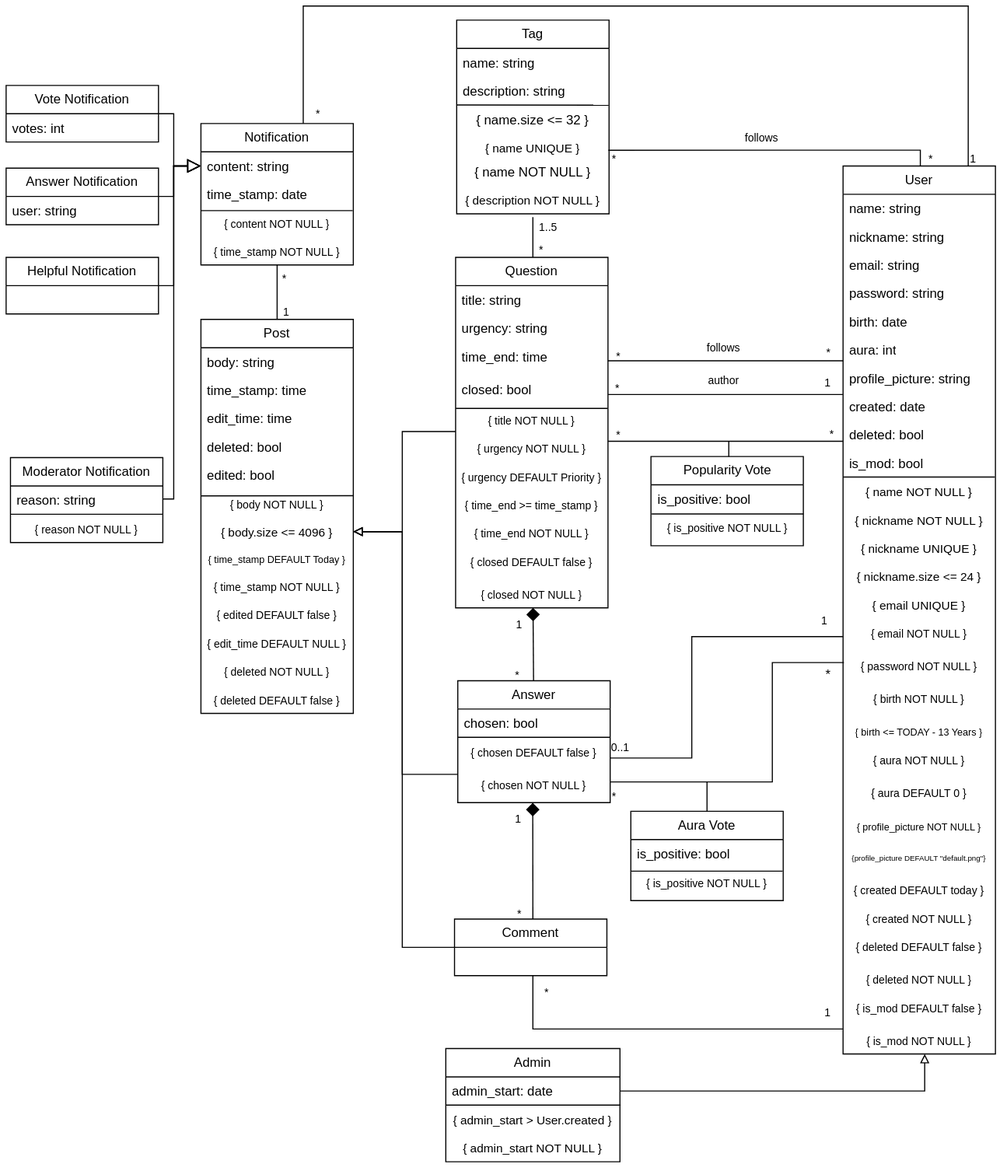
Above: wiki/docs/EBD/Conceptual Data Model/conceptual_data_model.svg in rodeso/lbaw.4nswers (draw.io), before the change. Source tidied: cells renumbered, new cells last; positions are measured from the earlier drawing's top-left corner, leaving out a move shared by most shapes.
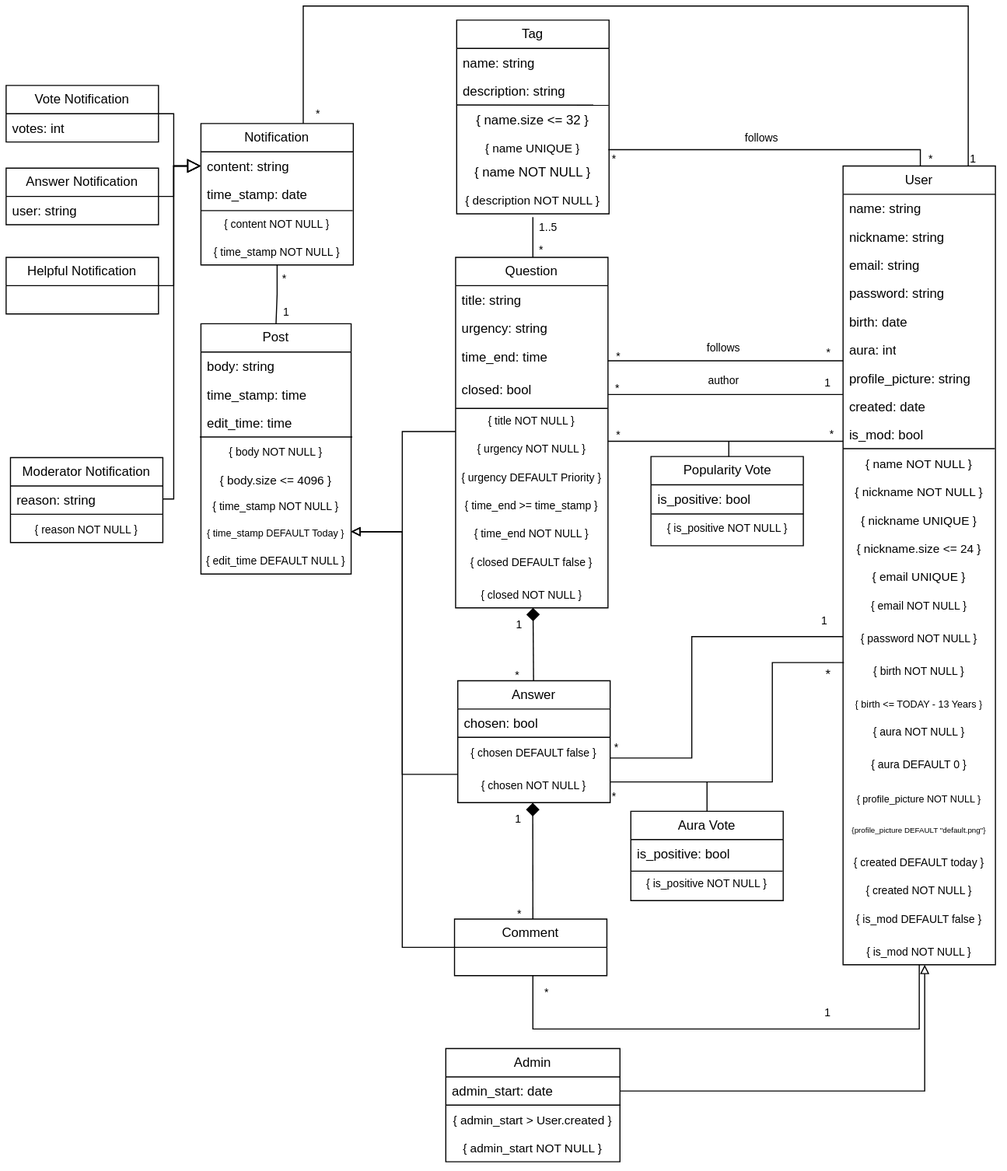
Later version of the same file.

The edit, as a diff of the source:
```diff
@@ -55,7 +55,7 @@
       </mxGeometry>
     </mxCell>
     <mxCell id="8" value="User" style="swimlane;fontStyle=0;horizontal=1;startSize=26;fillColor=none;whiteSpace=wrap;html=1;" parent="1" vertex="1">
-      <mxGeometry x="769" y="147" width="140" height="816" as="geometry" />
+      <mxGeometry x="769" y="147" width="140" height="734" as="geometry" />
     </mxCell>
     <mxCell id="9" value="name: string" style="text;strokeColor=none;fillColor=none;align=left;verticalAlign=top;spacingLeft=4;spacingRight=4;overflow=hidden;whiteSpace=wrap;html=1;" parent="8" vertex="1">
       <mxGeometry y="26" width="140" height="26" as="geometry" />
@@ -81,71 +81,62 @@
     <mxCell id="16" value="created: date" style="text;strokeColor=none;fillColor=none;align=left;verticalAlign=top;spacingLeft=4;spacingRight=4;overflow=hidden;whiteSpace=wrap;html=1;" parent="8" vertex="1">
       <mxGeometry y="208" width="140" height="26" as="geometry" />
     </mxCell>
-    <mxCell id="17" value="deleted: bool" style="text;strokeColor=none;fillColor=none;align=left;verticalAlign=top;spacingLeft=4;spacingRight=4;overflow=hidden;whiteSpace=wrap;html=1;strokeWidth=0;" parent="8" vertex="1">
-      <mxGeometry y="234" width="140" height="26" as="geometry" />
-    </mxCell>
     <mxCell id="18" value="is_mod: bool" style="text;strokeColor=none;fillColor=none;align=left;verticalAlign=top;spacingLeft=4;spacingRight=4;overflow=hidden;points=[[0,0.5],[1,0.5]];portConstraint=eastwest;whiteSpace=wrap;html=1;" parent="8" vertex="1">
-      <mxGeometry y="260" width="140" height="26" as="geometry" />
+      <mxGeometry y="234" width="140" height="26" as="geometry" />
     </mxCell>
     <mxCell id="19" value="&lt;font style=&quot;font-size: 11px;&quot;&gt;{ name NOT NULL }&lt;/font&gt;" style="text;strokeColor=none;fillColor=none;align=center;verticalAlign=top;spacingLeft=4;spacingRight=4;overflow=hidden;whiteSpace=wrap;html=1;" parent="8" vertex="1">
-      <mxGeometry y="286" width="140" height="26" as="geometry" />
+      <mxGeometry y="260" width="140" height="26" as="geometry" />
     </mxCell>
     <mxCell id="20" value="&lt;font style=&quot;font-size: 11px;&quot;&gt;{ nickname NOT NULL }&lt;/font&gt;" style="text;strokeColor=none;fillColor=none;align=center;verticalAlign=top;spacingLeft=4;spacingRight=4;overflow=hidden;whiteSpace=wrap;html=1;" parent="8" vertex="1">
-      <mxGeometry y="312" width="140" height="26" as="geometry" />
+      <mxGeometry y="286" width="140" height="26" as="geometry" />
     </mxCell>
     <mxCell id="21" value="&lt;span style=&quot;font-size: 11px;&quot;&gt;{ nickname UNIQUE }&lt;/span&gt;" style="text;strokeColor=none;fillColor=none;align=center;verticalAlign=top;spacingLeft=4;spacingRight=4;overflow=hidden;whiteSpace=wrap;html=1;" parent="8" vertex="1">
-      <mxGeometry y="338" width="140" height="26" as="geometry" />
+      <mxGeometry y="312" width="140" height="26" as="geometry" />
     </mxCell>
     <mxCell id="22" value="&lt;span style=&quot;font-size: 11px;&quot;&gt;{ nickname.size &amp;lt;= 24 }&lt;/span&gt;" style="text;strokeColor=none;fillColor=none;align=center;verticalAlign=top;spacingLeft=4;spacingRight=4;overflow=hidden;whiteSpace=wrap;html=1;" parent="8" vertex="1">
-      <mxGeometry y="364" width="140" height="26" as="geometry" />
+      <mxGeometry y="338" width="140" height="26" as="geometry" />
     </mxCell>
     <mxCell id="23" value="&lt;span style=&quot;font-size: 11px;&quot;&gt;{ email UNIQUE }&lt;/span&gt;" style="text;strokeColor=none;fillColor=none;align=center;verticalAlign=top;spacingLeft=4;spacingRight=4;overflow=hidden;whiteSpace=wrap;html=1;" parent="8" vertex="1">
-      <mxGeometry y="390" width="140" height="26" as="geometry" />
+      <mxGeometry y="364" width="140" height="26" as="geometry" />
     </mxCell>
     <mxCell id="24" value="&lt;div align=&quot;center&quot;&gt;&lt;font style=&quot;font-size: 10px;&quot;&gt;{ email NOT NULL }&lt;/font&gt;&lt;/div&gt;" style="text;whiteSpace=wrap;html=1;align=center;" parent="8" vertex="1">
-      <mxGeometry y="416" width="140" height="30" as="geometry" />
+      <mxGeometry y="390" width="140" height="30" as="geometry" />
     </mxCell>
     <mxCell id="25" value="&lt;div align=&quot;center&quot;&gt;&lt;font style=&quot;font-size: 10px;&quot;&gt;{ password NOT NULL }&lt;/font&gt;&lt;/div&gt;" style="text;whiteSpace=wrap;html=1;align=center;" parent="8" vertex="1">
-      <mxGeometry y="446" width="140" height="30" as="geometry" />
+      <mxGeometry y="420" width="140" height="30" as="geometry" />
     </mxCell>
     <mxCell id="26" value="&lt;div align=&quot;center&quot;&gt;&lt;font style=&quot;font-size: 10px;&quot;&gt;{ birth NOT NULL }&lt;/font&gt;&lt;/div&gt;" style="text;whiteSpace=wrap;html=1;align=center;" parent="8" vertex="1">
-      <mxGeometry y="476" width="140" height="30" as="geometry" />
+      <mxGeometry y="450" width="140" height="30" as="geometry" />
     </mxCell>
     <mxCell id="27" value="&lt;font style=&quot;font-size: 9px;&quot;&gt;&lt;font style=&quot;font-size: 9px;&quot;&gt;&lt;font style=&quot;font-size: 9px;&quot;&gt;{ birth &amp;lt;= TODAY - 13 Years&amp;nbsp;&lt;/font&gt;&lt;/font&gt;}&lt;/font&gt;" style="text;strokeColor=none;fillColor=none;align=center;verticalAlign=top;spacingLeft=4;spacingRight=4;overflow=hidden;whiteSpace=wrap;html=1;" parent="8" vertex="1">
-      <mxGeometry y="506" width="140" height="26" as="geometry" />
+      <mxGeometry y="480" width="140" height="26" as="geometry" />
     </mxCell>
     <mxCell id="28" value="&lt;div align=&quot;center&quot;&gt;&lt;font style=&quot;font-size: 10px;&quot;&gt;{ aura NOT NULL }&lt;/font&gt;&lt;/div&gt;" style="text;whiteSpace=wrap;html=1;align=center;" parent="8" vertex="1">
-      <mxGeometry y="532" width="140" height="30" as="geometry" />
+      <mxGeometry y="506" width="140" height="30" as="geometry" />
     </mxCell>
     <mxCell id="29" value="&lt;div align=&quot;center&quot;&gt;&lt;font style=&quot;font-size: 10px;&quot;&gt;{ aura DEFAULT 0 }&lt;/font&gt;&lt;/div&gt;" style="text;whiteSpace=wrap;html=1;align=center;" parent="8" vertex="1">
-      <mxGeometry y="562" width="140" height="30" as="geometry" />
+      <mxGeometry y="536" width="140" height="30" as="geometry" />
     </mxCell>
     <mxCell id="30" value="&lt;div align=&quot;center&quot;&gt;&lt;font style=&quot;font-size: 9px;&quot;&gt;{ profile_picture NOT NULL }&lt;/font&gt;&lt;/div&gt;" style="text;whiteSpace=wrap;html=1;align=center;verticalAlign=middle;" parent="8" vertex="1">
-      <mxGeometry y="592" width="140" height="30" as="geometry" />
+      <mxGeometry y="566" width="140" height="30" as="geometry" />
     </mxCell>
     <mxCell id="31" value="&lt;div style=&quot;font-size: 7px;&quot; align=&quot;center&quot;&gt;&lt;font style=&quot;font-size: 7px;&quot;&gt;{profile_picture DEFAULT &quot;default.png&quot;}&lt;/font&gt;&lt;/div&gt;" style="text;whiteSpace=wrap;html=1;align=center;verticalAlign=middle;" parent="8" vertex="1">
-      <mxGeometry y="622" width="140" height="30" as="geometry" />
+      <mxGeometry y="596" width="140" height="30" as="geometry" />
     </mxCell>
     <mxCell id="32" value="&lt;font style=&quot;font-size: 10px;&quot;&gt;{ created DEFAULT today }&lt;/font&gt;" style="text;strokeColor=none;fillColor=none;align=center;verticalAlign=top;spacingLeft=4;spacingRight=4;overflow=hidden;whiteSpace=wrap;html=1;" parent="8" vertex="1">
-      <mxGeometry y="652" width="140" height="26" as="geometry" />
+      <mxGeometry y="626" width="140" height="26" as="geometry" />
     </mxCell>
     <mxCell id="33" value="&lt;font style=&quot;font-size: 10px;&quot;&gt;{ created NOT NULL }&lt;/font&gt;" style="text;strokeColor=none;fillColor=none;align=center;verticalAlign=top;spacingLeft=4;spacingRight=4;overflow=hidden;whiteSpace=wrap;html=1;" parent="8" vertex="1">
-      <mxGeometry y="678" width="140" height="26" as="geometry" />
+      <mxGeometry y="652" width="140" height="26" as="geometry" />
     </mxCell>
-    <mxCell id="34" value="&lt;div align=&quot;center&quot;&gt;&lt;font style=&quot;font-size: 10px;&quot;&gt;{ deleted DEFAULT false }&lt;/font&gt;&lt;/div&gt;" style="text;whiteSpace=wrap;html=1;align=center;" parent="8" vertex="1">
-      <mxGeometry y="704" width="140" height="30" as="geometry" />
-    </mxCell>
     <mxCell id="35" style="endArrow=none;html=1;rounded=0;entryX=0.996;entryY=0.992;entryDx=0;entryDy=0;entryPerimeter=0;exitX=0.001;exitY=0.992;exitDx=0;exitDy=0;exitPerimeter=0;" parent="8" edge="1" source="18" target="18">
       <mxGeometry relative="1" as="geometry" />
     </mxCell>
-    <mxCell id="36" value="&lt;font style=&quot;font-size: 10px;&quot;&gt;{ deleted NOT NULL }&lt;/font&gt;" style="text;strokeColor=none;fillColor=none;align=center;verticalAlign=top;spacingLeft=4;spacingRight=4;overflow=hidden;whiteSpace=wrap;html=1;" parent="8" vertex="1">
-      <mxGeometry y="734" width="140" height="26" as="geometry" />
-    </mxCell>
     <mxCell id="37" value="&lt;div align=&quot;center&quot;&gt;&lt;font style=&quot;font-size: 10px;&quot;&gt;{ is_mod DEFAULT false }&lt;/font&gt;&lt;/div&gt;" style="text;whiteSpace=wrap;html=1;align=center;" parent="8" vertex="1">
-      <mxGeometry y="760" width="140" height="30" as="geometry" />
+      <mxGeometry y="678" width="140" height="30" as="geometry" />
     </mxCell>
     <mxCell id="38" value="&lt;font style=&quot;font-size: 10px;&quot;&gt;{ is_mod NOT NULL }&lt;/font&gt;" style="text;strokeColor=none;fillColor=none;align=center;verticalAlign=top;spacingLeft=4;spacingRight=4;overflow=hidden;whiteSpace=wrap;html=1;" parent="8" vertex="1">
-      <mxGeometry y="790" width="140" height="26" as="geometry" />
+      <mxGeometry y="708" width="140" height="26" as="geometry" />
     </mxCell>
     <mxCell id="39" style="edgeStyle=orthogonalEdgeStyle;rounded=0;jettySize=auto;html=1;endArrow=block;endFill=0;" parent="1" edge="1" source="40" target="111">
       <mxGeometry relative="1" as="geometry">
@@ -226,8 +217,8 @@
     <mxCell id="60" value="&lt;font style=&quot;font-size: 10px;&quot;&gt;*&lt;/font&gt;" style="text;html=1;align=right;verticalAlign=middle;strokeColor=none;fillColor=none;" parent="1" vertex="1">
       <mxGeometry x="732" y="378" width="30" height="30" as="geometry" />
     </mxCell>
-    <mxCell id="61" value="&lt;font style=&quot;font-size: 10px;&quot;&gt;0..1&lt;/font&gt;" style="text;html=1;align=right;verticalAlign=middle;strokeColor=none;fillColor=none;" parent="1" vertex="1">
-      <mxGeometry x="534" y="666" width="40" height="30" as="geometry" />
+    <mxCell id="61" value="&lt;font style=&quot;font-size: 10px;&quot;&gt;*&lt;/font&gt;" style="text;html=1;align=right;verticalAlign=middle;strokeColor=none;fillColor=none;" parent="1" vertex="1">
+      <mxGeometry x="534" y="666" width="30" height="30" as="geometry" />
     </mxCell>
     <mxCell id="62" style="edgeStyle=orthogonalEdgeStyle;rounded=0;jettySize=auto;html=1;endArrow=block;endFill=0;" parent="1" edge="1" source="63" target="111">
       <mxGeometry relative="1" as="geometry">
@@ -405,53 +396,38 @@
       <mxGeometry y="26" width="140" height="26" as="geometry" />
     </mxCell>
     <mxCell id="111" value="Post" style="swimlane;fontStyle=0;horizontal=1;startSize=26;fillColor=none;whiteSpace=wrap;html=1;" parent="1" vertex="1">
-      <mxGeometry x="179" y="288" width="140" height="362" as="geometry" />
+      <mxGeometry x="179" y="292" width="138" height="230" as="geometry" />
     </mxCell>
     <mxCell id="112" value="body: string" style="text;strokeColor=none;fillColor=none;align=left;verticalAlign=top;spacingLeft=4;spacingRight=4;overflow=hidden;whiteSpace=wrap;html=1;" parent="111" vertex="1">
-      <mxGeometry y="26" width="140" height="26" as="geometry" />
+      <mxGeometry y="26" width="138" height="26" as="geometry" />
     </mxCell>
     <mxCell id="113" value="time_stamp: time" style="text;strokeColor=none;fillColor=none;align=left;verticalAlign=top;spacingLeft=4;spacingRight=4;overflow=hidden;whiteSpace=wrap;html=1;" parent="111" vertex="1">
-      <mxGeometry y="52" width="140" height="26" as="geometry" />
+      <mxGeometry y="52" width="138" height="26" as="geometry" />
     </mxCell>
     <mxCell id="114" value="edit_time: time" style="text;strokeColor=none;fillColor=none;align=left;verticalAlign=top;spacingLeft=4;spacingRight=4;overflow=hidden;whiteSpace=wrap;html=1;" parent="111" vertex="1">
-      <mxGeometry y="78" width="140" height="26" as="geometry" />
+      <mxGeometry y="78" width="138" height="26" as="geometry" />
     </mxCell>
-    <mxCell id="115" value="deleted: bool" style="text;strokeColor=none;fillColor=none;align=left;verticalAlign=top;spacingLeft=4;spacingRight=4;overflow=hidden;whiteSpace=wrap;html=1;" parent="111" vertex="1">
-      <mxGeometry y="104" width="140" height="26" as="geometry" />
-    </mxCell>
-    <mxCell id="116" style="endArrow=none;html=1;rounded=0;exitX=0.003;exitY=0.005;exitDx=0;exitDy=0;exitPerimeter=0;entryX=1.003;entryY=0;entryDx=0;entryDy=0;entryPerimeter=0;" parent="111" edge="1">
-      <mxGeometry relative="1" as="geometry">
-        <mxPoint x="0.4" y="162.1" as="sourcePoint" />
-        <mxPoint x="140.4" y="162" as="targetPoint" />
-      </mxGeometry>
-    </mxCell>
-    <mxCell id="117" value="edited: bool" style="text;strokeColor=none;fillColor=none;align=left;verticalAlign=top;spacingLeft=4;spacingRight=4;overflow=hidden;whiteSpace=wrap;html=1;" parent="111" vertex="1">
-      <mxGeometry y="130" width="140" height="26" as="geometry" />
-    </mxCell>
+    <mxCell id="153" style="endArrow=none;html=1;rounded=0;exitX=0.002;exitY=1.002;exitDx=0;exitDy=0;exitPerimeter=0;entryX=0.999;entryY=0.002;entryDx=0;entryDy=0;entryPerimeter=0;" parent="111" edge="1">
+      <mxGeometry relative="1" as="geometry">
+        <mxPoint x="-1" y="104" as="sourcePoint" />
+        <mxPoint x="139" y="104" as="targetPoint" />
+      </mxGeometry>
+    </mxCell>
     <mxCell id="118" value="&lt;font style=&quot;font-size: 10px;&quot;&gt;{ body NOT NULL }&lt;/font&gt;" style="text;strokeColor=none;fillColor=none;align=center;verticalAlign=top;spacingLeft=4;spacingRight=4;overflow=hidden;whiteSpace=wrap;html=1;" parent="111" vertex="1">
-      <mxGeometry y="156" width="140" height="26" as="geometry" />
+      <mxGeometry y="104" width="138" height="26" as="geometry" />
     </mxCell>
     <mxCell id="119" value="&lt;span style=&quot;font-size: 11px;&quot;&gt;{ body.size &amp;lt;= 4096 }&lt;/span&gt;" style="text;strokeColor=none;fillColor=none;align=center;verticalAlign=top;spacingLeft=4;spacingRight=4;overflow=hidden;whiteSpace=wrap;html=1;" parent="111" vertex="1">
-      <mxGeometry y="182" width="140" height="24" as="geometry" />
+      <mxGeometry y="130" width="138" height="24" as="geometry" />
     </mxCell>
+    <mxCell id="121" value="&lt;font style=&quot;font-size: 10px;&quot;&gt;{ time_stamp NOT NULL }&lt;/font&gt;" style="text;strokeColor=none;fillColor=none;align=center;verticalAlign=top;spacingLeft=4;spacingRight=4;overflow=hidden;whiteSpace=wrap;html=1;" parent="111" vertex="1">
+      <mxGeometry y="154" width="138" height="24" as="geometry" />
+    </mxCell>
     <mxCell id="120" value="&lt;font style=&quot;font-size: 9px;&quot;&gt;{ time_stamp DEFAULT Today }&lt;/font&gt;" style="text;strokeColor=none;fillColor=none;align=center;verticalAlign=top;spacingLeft=4;spacingRight=4;overflow=hidden;whiteSpace=wrap;html=1;" parent="111" vertex="1">
-      <mxGeometry y="206" width="140" height="26" as="geometry" />
+      <mxGeometry y="178" width="138" height="26" as="geometry" />
     </mxCell>
-    <mxCell id="121" value="&lt;font style=&quot;font-size: 10px;&quot;&gt;{ time_stamp NOT NULL }&lt;/font&gt;" style="text;strokeColor=none;fillColor=none;align=center;verticalAlign=top;spacingLeft=4;spacingRight=4;overflow=hidden;whiteSpace=wrap;html=1;" parent="111" vertex="1">
-      <mxGeometry y="232" width="140" height="26" as="geometry" />
-    </mxCell>
-    <mxCell id="122" value="&lt;font style=&quot;font-size: 10px;&quot;&gt;{ edited DEFAULT false }&lt;/font&gt;" style="text;strokeColor=none;fillColor=none;align=center;verticalAlign=top;spacingLeft=4;spacingRight=4;overflow=hidden;whiteSpace=wrap;html=1;" parent="111" vertex="1">
-      <mxGeometry y="258" width="140" height="26" as="geometry" />
-    </mxCell>
     <mxCell id="123" value="&lt;font style=&quot;font-size: 10px;&quot;&gt;{ edit_time DEFAULT NULL }&lt;/font&gt;" style="text;strokeColor=none;fillColor=none;align=center;verticalAlign=top;spacingLeft=4;spacingRight=4;overflow=hidden;whiteSpace=wrap;html=1;" parent="111" vertex="1">
-      <mxGeometry y="284" width="140" height="26" as="geometry" />
+      <mxGeometry y="204" width="138" height="26" as="geometry" />
     </mxCell>
-    <mxCell id="124" value="&lt;font style=&quot;font-size: 10px;&quot;&gt;{ deleted NOT NULL }&lt;/font&gt;" style="text;strokeColor=none;fillColor=none;align=center;verticalAlign=top;spacingLeft=4;spacingRight=4;overflow=hidden;whiteSpace=wrap;html=1;" parent="111" vertex="1">
-      <mxGeometry y="310" width="140" height="26" as="geometry" />
-    </mxCell>
-    <mxCell id="125" value="&lt;font style=&quot;font-size: 10px;&quot;&gt;{ deleted DEFAULT false }&lt;/font&gt;" style="text;strokeColor=none;fillColor=none;align=center;verticalAlign=top;spacingLeft=4;spacingRight=4;overflow=hidden;whiteSpace=wrap;html=1;" parent="111" vertex="1">
-      <mxGeometry y="336" width="140" height="26" as="geometry" />
-    </mxCell>
     <mxCell id="126" value="&lt;font style=&quot;font-size: 10px;&quot;&gt;1&lt;/font&gt;" style="text;html=1;align=left;verticalAlign=middle;strokeColor=none;fillColor=none;" parent="1" vertex="1">
       <mxGeometry x="253" y="266" width="30" height="30" as="geometry" />
     </mxCell>
```
